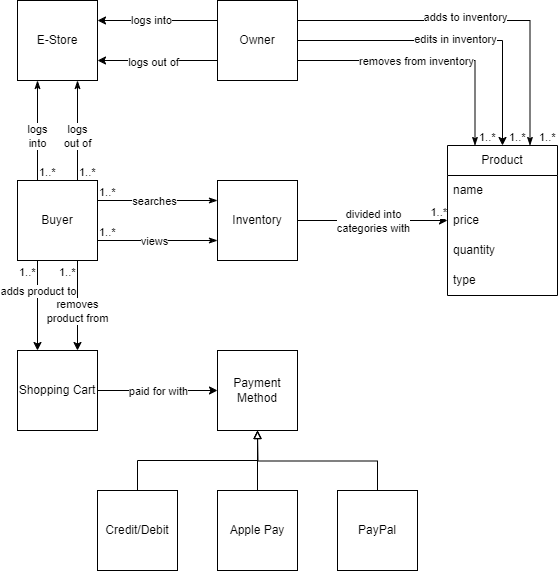
Above: docs/domain-model.png in Anti5893/Swen261-Project-Alchemy-Alley (draw.io), before the change. Source tidied: cells renumbered, new cells last; positions are measured from the earlier drawing's top-left corner, leaving out a move shared by most shapes.
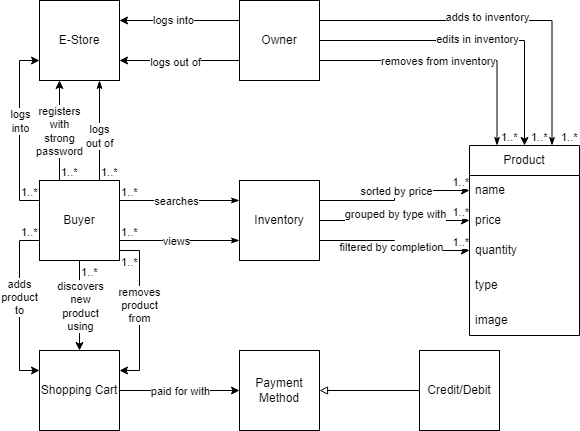
Above is the later version.

Commit message:
Updated Domain Model in Design Doc

Diff of the diagram source:
```diff
@@ -8,14 +8,43 @@
     <mxCell id="3" value="E-Store" style="whiteSpace=wrap;html=1;" parent="1" vertex="1">
       <mxGeometry width="80" height="80" as="geometry" />
     </mxCell>
-    <mxCell id="4" style="edgeStyle=orthogonalEdgeStyle;rounded=0;jettySize=auto;html=1;exitX=0.75;exitY=1;exitDx=0;exitDy=0;entryX=0.75;entryY=0;entryDx=0;entryDy=0;" parent="1" edge="1" source="6" target="2">
-      <mxGeometry relative="1" as="geometry" />
-    </mxCell>
+    <mxCell id="55" style="edgeStyle=orthogonalEdgeStyle;rounded=0;jettySize=auto;html=1;exitX=0;exitY=0.25;exitDx=0;exitDy=0;entryX=0;entryY=0.75;entryDx=0;entryDy=0;" parent="1" edge="1" source="6" target="3">
+      <mxGeometry relative="1" as="geometry" />
+    </mxCell>
+    <mxCell id="24" value="logs&lt;br&gt;into" style="edgeLabel;html=1;align=center;verticalAlign=middle;" parent="55" vertex="1">
+      <mxGeometry x="0.11" relative="1" as="geometry" />
+    </mxCell>
+    <mxCell id="56" style="edgeStyle=orthogonalEdgeStyle;rounded=0;jettySize=auto;html=1;exitX=0.25;exitY=0;exitDx=0;exitDy=0;entryX=0.25;entryY=1;entryDx=0;entryDy=0;" parent="1" edge="1" source="6" target="3">
+      <mxGeometry relative="1" as="geometry" />
+    </mxCell>
+    <mxCell id="57" value="registers&lt;br&gt;with&lt;br&gt;strong&lt;br&gt;password" style="edgeLabel;html=1;align=center;verticalAlign=middle;" parent="56" vertex="1">
+      <mxGeometry x="0.26" y="1" relative="1" as="geometry">
+        <mxPoint y="13" as="offset" />
+      </mxGeometry>
+    </mxCell>
+    <mxCell id="58" style="edgeStyle=orthogonalEdgeStyle;rounded=0;jettySize=auto;html=1;exitX=0;exitY=0.75;exitDx=0;exitDy=0;entryX=0;entryY=0.25;entryDx=0;entryDy=0;" parent="1" edge="1" source="6" target="2">
+      <mxGeometry relative="1" as="geometry" />
+    </mxCell>
+    <mxCell id="29" value="adds&lt;br&gt;product&lt;br&gt;to" style="edgeLabel;html=1;align=center;verticalAlign=middle;" parent="58" vertex="1">
+      <mxGeometry x="-0.11" y="-1" relative="1" as="geometry" />
+    </mxCell>
-    <mxCell id="5" value="removes&lt;br&gt;product from" style="edgeLabel;html=1;align=center;verticalAlign=middle;" parent="4" vertex="1">
-      <mxGeometry x="-0.03" y="-1" relative="1" as="geometry">
-        <mxPoint y="6" as="offset" />
+    <mxCell id="5" value="removes&lt;br&gt;product&lt;br&gt;from" style="edgeStyle=orthogonalEdgeStyle;rounded=0;jettySize=auto;html=1;exitX=1;exitY=1;exitDx=0;exitDy=0;entryX=1;entryY=0.25;entryDx=0;entryDy=0;" parent="1" edge="1" source="6" target="2">
+      <mxGeometry relative="1" as="geometry">
+        <Array as="points">
+          <mxPoint x="80" y="250" />
+          <mxPoint x="100" y="250" />
+          <mxPoint x="100" y="370" />
+        </Array>
       </mxGeometry>
     </mxCell>
+    <mxCell id="59" style="edgeStyle=orthogonalEdgeStyle;rounded=0;jettySize=auto;html=1;exitX=0.5;exitY=1;exitDx=0;exitDy=0;" parent="1" edge="1" source="6" target="2">
+      <mxGeometry relative="1" as="geometry" />
+    </mxCell>
+    <mxCell id="60" value="discovers&lt;br&gt;new&lt;br&gt;product&lt;br&gt;using" style="edgeLabel;html=1;align=center;verticalAlign=middle;" parent="59" vertex="1">
+      <mxGeometry x="-0.23" y="1" relative="1" as="geometry">
+        <mxPoint x="-1" y="10" as="offset" />
+      </mxGeometry>
+    </mxCell>
     <mxCell id="6" value="Buyer" style="whiteSpace=wrap;html=1;" parent="1" vertex="1">
       <mxGeometry y="180" width="80" height="80" as="geometry" />
     </mxCell>
@@ -43,6 +72,18 @@
     <mxCell id="13" value="Owner" style="whiteSpace=wrap;html=1;" parent="1" vertex="1">
       <mxGeometry x="200" width="80" height="80" as="geometry" />
     </mxCell>
+    <mxCell id="61" style="edgeStyle=orthogonalEdgeStyle;rounded=0;jettySize=auto;html=1;exitX=1;exitY=0.75;exitDx=0;exitDy=0;entryX=0;entryY=0.5;entryDx=0;entryDy=0;" parent="1" edge="1" source="14" target="43">
+      <mxGeometry relative="1" as="geometry" />
+    </mxCell>
+    <mxCell id="62" value="filtered by completion" style="edgeLabel;html=1;align=center;verticalAlign=middle;" parent="61" vertex="1">
+      <mxGeometry x="0.01" y="-4" relative="1" as="geometry" />
+    </mxCell>
+    <mxCell id="63" style="edgeStyle=orthogonalEdgeStyle;rounded=0;jettySize=auto;html=1;exitX=1;exitY=0.25;exitDx=0;exitDy=0;entryX=0;entryY=0.5;entryDx=0;entryDy=0;" parent="1" edge="1" source="14" target="41">
+      <mxGeometry relative="1" as="geometry" />
+    </mxCell>
+    <mxCell id="64" value="sorted by price" style="edgeLabel;html=1;align=center;verticalAlign=middle;" parent="63" vertex="1">
+      <mxGeometry x="0.07" relative="1" as="geometry" />
+    </mxCell>
     <mxCell id="14" value="Inventory" style="whiteSpace=wrap;html=1;" parent="1" vertex="1">
       <mxGeometry x="200" y="180" width="80" height="80" as="geometry" />
     </mxCell>
@@ -70,37 +111,15 @@
     <mxCell id="21" value="removes from inventory" style="edgeLabel;html=1;align=center;verticalAlign=middle;" parent="20" vertex="1">
       <mxGeometry x="-0.1" relative="1" as="geometry" />
     </mxCell>
-    <mxCell id="22" style="endArrow=classicThin;endFill=1;html=1;edgeStyle=orthogonalEdgeStyle;align=left;verticalAlign=top;rounded=0;exitX=0.25;exitY=0;exitDx=0;exitDy=0;entryX=0.25;entryY=1;entryDx=0;entryDy=0;" parent="1" edge="1" source="6" target="3">
-      <mxGeometry x="-1" relative="1" as="geometry" />
-    </mxCell>
-    <mxCell id="23" value="1..*" style="edgeLabel;html=1;align=left;verticalAlign=bottom;" parent="22" vertex="1">
-      <mxGeometry x="-1" relative="1" as="geometry" />
-    </mxCell>
-    <mxCell id="24" value="logs&lt;br&gt;into" style="edgeLabel;html=1;align=center;verticalAlign=middle;" parent="22" vertex="1">
-      <mxGeometry x="-0.1" y="1" relative="1" as="geometry" />
-    </mxCell>
     <mxCell id="25" style="endArrow=classic;html=1;rounded=0;exitX=1;exitY=0.5;exitDx=0;exitDy=0;entryX=0;entryY=0.5;entryDx=0;entryDy=0;edgeStyle=orthogonalEdgeStyle;" parent="1" edge="1" source="14" target="42">
       <mxGeometry relative="1" as="geometry" />
     </mxCell>
-    <mxCell id="26" value="divided into&lt;br&gt;categories with" style="edgeLabel;html=1;align=center;verticalAlign=middle;" parent="25" vertex="1">
+    <mxCell id="26" value="grouped by type with&lt;div&gt;&lt;br&gt;&lt;/div&gt;" style="edgeLabel;html=1;align=center;verticalAlign=middle;" parent="25" vertex="1">
       <mxGeometry relative="1" as="geometry" />
     </mxCell>
     <mxCell id="27" value="1..*" style="edgeLabel;html=1;align=right;verticalAlign=bottom;" parent="25" vertex="1">
       <mxGeometry x="1" relative="1" as="geometry" />
     </mxCell>
-    <mxCell id="28" style="endArrow=classic;html=1;rounded=0;exitX=0.25;exitY=1;exitDx=0;exitDy=0;entryX=0.25;entryY=0;entryDx=0;entryDy=0;" parent="1" edge="1" source="6" target="2">
-      <mxGeometry relative="1" as="geometry" />
-    </mxCell>
-    <mxCell id="29" value="adds product to" style="edgeLabel;html=1;align=center;verticalAlign=middle;" parent="28" vertex="1">
-      <mxGeometry relative="1" as="geometry">
-        <mxPoint y="-15" as="offset" />
-      </mxGeometry>
-    </mxCell>
-    <mxCell id="30" value="1..*" style="edgeLabel;html=1;align=left;verticalAlign=bottom;" parent="28" vertex="1">
-      <mxGeometry x="-1" relative="1" as="geometry">
-        <mxPoint x="-20" y="20" as="offset" />
-      </mxGeometry>
-    </mxCell>
     <mxCell id="31" value="Payment Method" style="whiteSpace=wrap;html=1;" parent="1" vertex="1">
       <mxGeometry x="200" y="350" width="80" height="80" as="geometry" />
     </mxCell>
@@ -112,30 +131,14 @@
     <mxCell id="33" value="paid for with" style="edgeLabel;html=1;align=center;verticalAlign=middle;" parent="32" vertex="1">
       <mxGeometry relative="1" as="geometry" />
     </mxCell>
-    <mxCell id="34" style="edgeStyle=orthogonalEdgeStyle;rounded=0;jettySize=auto;html=1;exitX=0.5;exitY=0;exitDx=0;exitDy=0;entryX=0.5;entryY=1;entryDx=0;entryDy=0;endArrow=block;endFill=0;" parent="1" edge="1" source="35" target="31">
+    <mxCell id="34" style="edgeStyle=orthogonalEdgeStyle;rounded=0;jettySize=auto;html=1;exitX=0;exitY=0.5;exitDx=0;exitDy=0;entryX=1;entryY=0.5;entryDx=0;entryDy=0;endArrow=block;endFill=0;" parent="1" edge="1" source="35" target="31">
       <mxGeometry relative="1" as="geometry" />
     </mxCell>
     <mxCell id="35" value="Credit/Debit" style="whiteSpace=wrap;html=1;" parent="1" vertex="1">
-      <mxGeometry x="80" y="490" width="80" height="80" as="geometry" />
+      <mxGeometry x="380" y="350" width="80" height="80" as="geometry" />
     </mxCell>
-    <mxCell id="36" style="edgeStyle=orthogonalEdgeStyle;rounded=0;jettySize=auto;html=1;exitX=0.5;exitY=0;exitDx=0;exitDy=0;endArrow=block;endFill=0;" parent="1" edge="1" source="37">
-      <mxGeometry relative="1" as="geometry">
-        <mxPoint x="240" y="430" as="targetPoint" />
-      </mxGeometry>
-    </mxCell>
-    <mxCell id="37" value="PayPal" style="whiteSpace=wrap;html=1;" parent="1" vertex="1">
-      <mxGeometry x="320" y="490" width="80" height="80" as="geometry" />
-    </mxCell>
-    <mxCell id="38" style="edgeStyle=orthogonalEdgeStyle;rounded=0;jettySize=auto;html=1;exitX=0.5;exitY=0;exitDx=0;exitDy=0;endArrow=block;endFill=0;" parent="1" edge="1" source="39">
-      <mxGeometry relative="1" as="geometry">
-        <mxPoint x="240" y="430" as="targetPoint" />
-      </mxGeometry>
-    </mxCell>
-    <mxCell id="39" value="Apple Pay" style="whiteSpace=wrap;html=1;" parent="1" vertex="1">
-      <mxGeometry x="200" y="490" width="80" height="80" as="geometry" />
-    </mxCell>
     <mxCell id="40" value="Product" style="swimlane;fontStyle=0;horizontal=1;startSize=30;whiteSpace=wrap;html=1;" parent="1" vertex="1">
-      <mxGeometry x="430" y="145" width="110" height="150" as="geometry" />
+      <mxGeometry x="430" y="145" width="110" height="190" as="geometry" />
     </mxCell>
     <mxCell id="41" value="name" style="text;strokeColor=none;fillColor=none;align=left;verticalAlign=middle;spacingLeft=4;spacingRight=4;overflow=hidden;points=[[0,0.5],[1,0.5]];portConstraint=eastwest;whiteSpace=wrap;html=1;" parent="40" vertex="1">
       <mxGeometry y="30" width="110" height="30" as="geometry" />
@@ -147,11 +150,11 @@
       <mxGeometry y="90" width="110" height="30" as="geometry" />
     </mxCell>
     <mxCell id="44" value="type" style="text;strokeColor=none;fillColor=none;align=left;verticalAlign=middle;spacingLeft=4;spacingRight=4;overflow=hidden;whiteSpace=wrap;html=1;" parent="40" vertex="1">
-      <mxGeometry y="120" width="110" height="30" as="geometry" />
+      <mxGeometry y="120" width="110" height="40" as="geometry" />
     </mxCell>
-    <mxCell id="45" value="1..*" style="edgeLabel;html=1;align=left;verticalAlign=bottom;" parent="1" vertex="1">
-      <mxGeometry x="40" y="280" as="geometry" />
-    </mxCell>
+    <mxCell id="65" value="image" style="text;strokeColor=none;fillColor=none;align=left;verticalAlign=middle;spacingLeft=4;spacingRight=4;overflow=hidden;whiteSpace=wrap;html=1;" parent="40" vertex="1">
+      <mxGeometry y="160" width="110" height="30" as="geometry" />
+    </mxCell>
     <mxCell id="46" value="1..*" style="edgeLabel;html=1;align=left;verticalAlign=bottom;" parent="1" vertex="1">
       <mxGeometry x="520" y="145" as="geometry" />
     </mxCell>
@@ -185,5 +188,26 @@
     <mxCell id="54" value="searches" style="edgeLabel;html=1;align=center;verticalAlign=middle;" parent="52" vertex="1">
       <mxGeometry x="-0.07" relative="1" as="geometry" />
     </mxCell>
+    <mxCell id="66" value="1..*" style="edgeLabel;html=1;align=right;verticalAlign=bottom;" parent="1" vertex="1">
+      <mxGeometry x="430" y="250" as="geometry" />
+    </mxCell>
+    <mxCell id="67" value="1..*" style="edgeLabel;html=1;align=right;verticalAlign=bottom;" parent="1" vertex="1">
+      <mxGeometry x="430" y="190" as="geometry" />
+    </mxCell>
+    <mxCell id="68" value="1..*" style="edgeLabel;html=1;align=left;verticalAlign=bottom;" parent="1" vertex="1">
+      <mxGeometry x="-20" y="200" as="geometry" />
+    </mxCell>
+    <mxCell id="69" value="1..*" style="edgeLabel;html=1;align=left;verticalAlign=bottom;" parent="1" vertex="1">
+      <mxGeometry x="20" y="180" as="geometry" />
+    </mxCell>
+    <mxCell id="70" value="1..*" style="edgeLabel;html=1;align=left;verticalAlign=bottom;" parent="1" vertex="1">
+      <mxGeometry x="-20" y="240" as="geometry" />
+    </mxCell>
+    <mxCell id="71" value="1..*" style="edgeLabel;html=1;align=left;verticalAlign=bottom;" parent="1" vertex="1">
+      <mxGeometry x="80" y="270" as="geometry" />
+    </mxCell>
+    <mxCell id="45" value="1..*" style="edgeLabel;html=1;align=left;verticalAlign=bottom;" parent="1" vertex="1">
+      <mxGeometry x="40" y="280" as="geometry" />
+    </mxCell>
   </root>
 </mxGraphModel>
```
